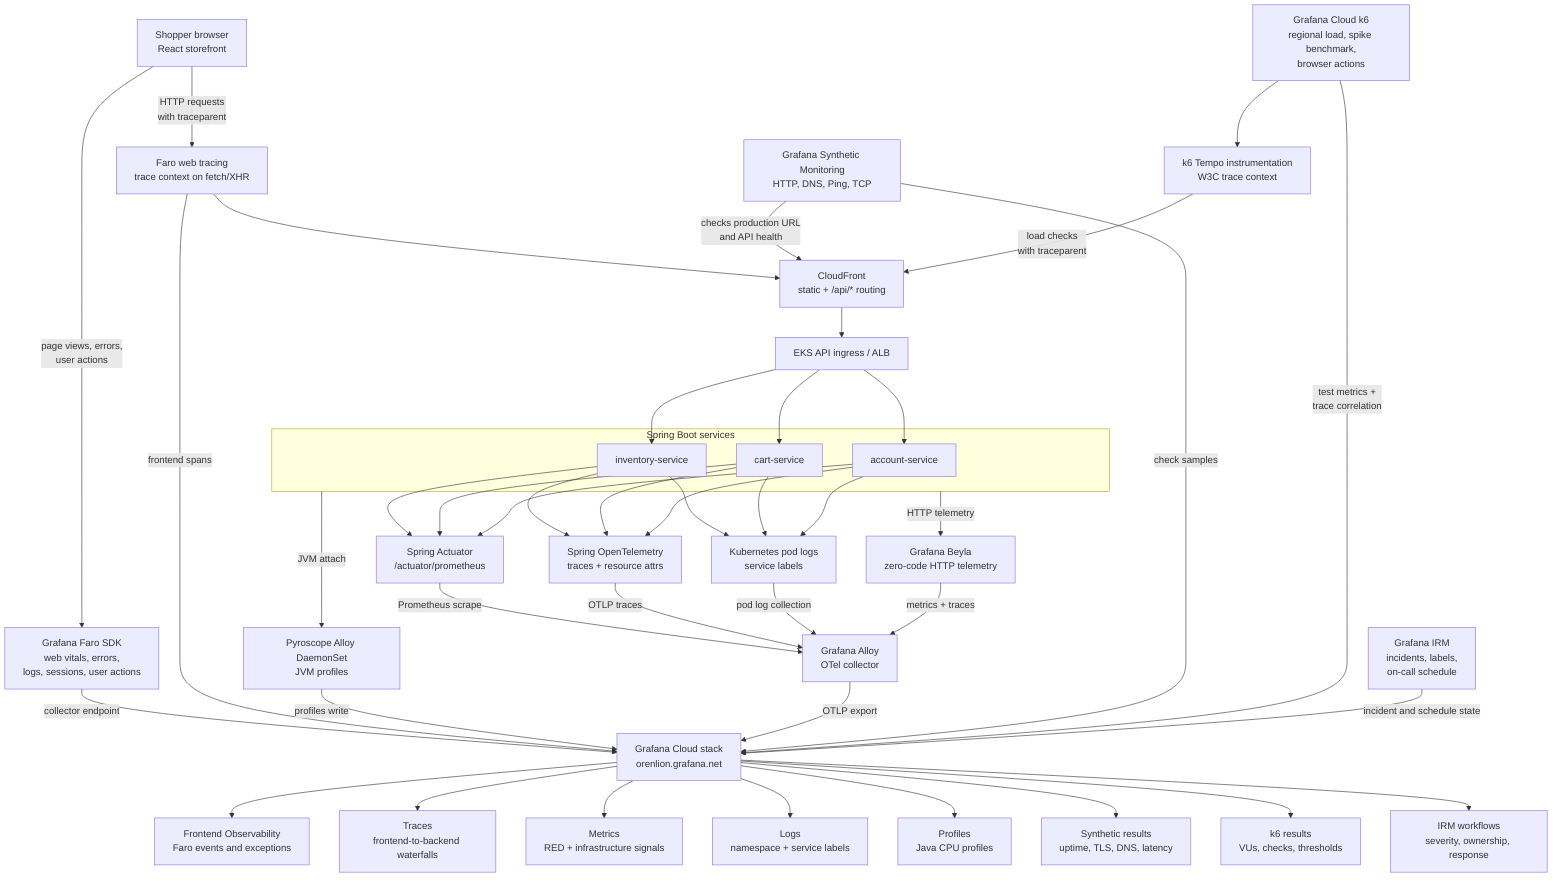
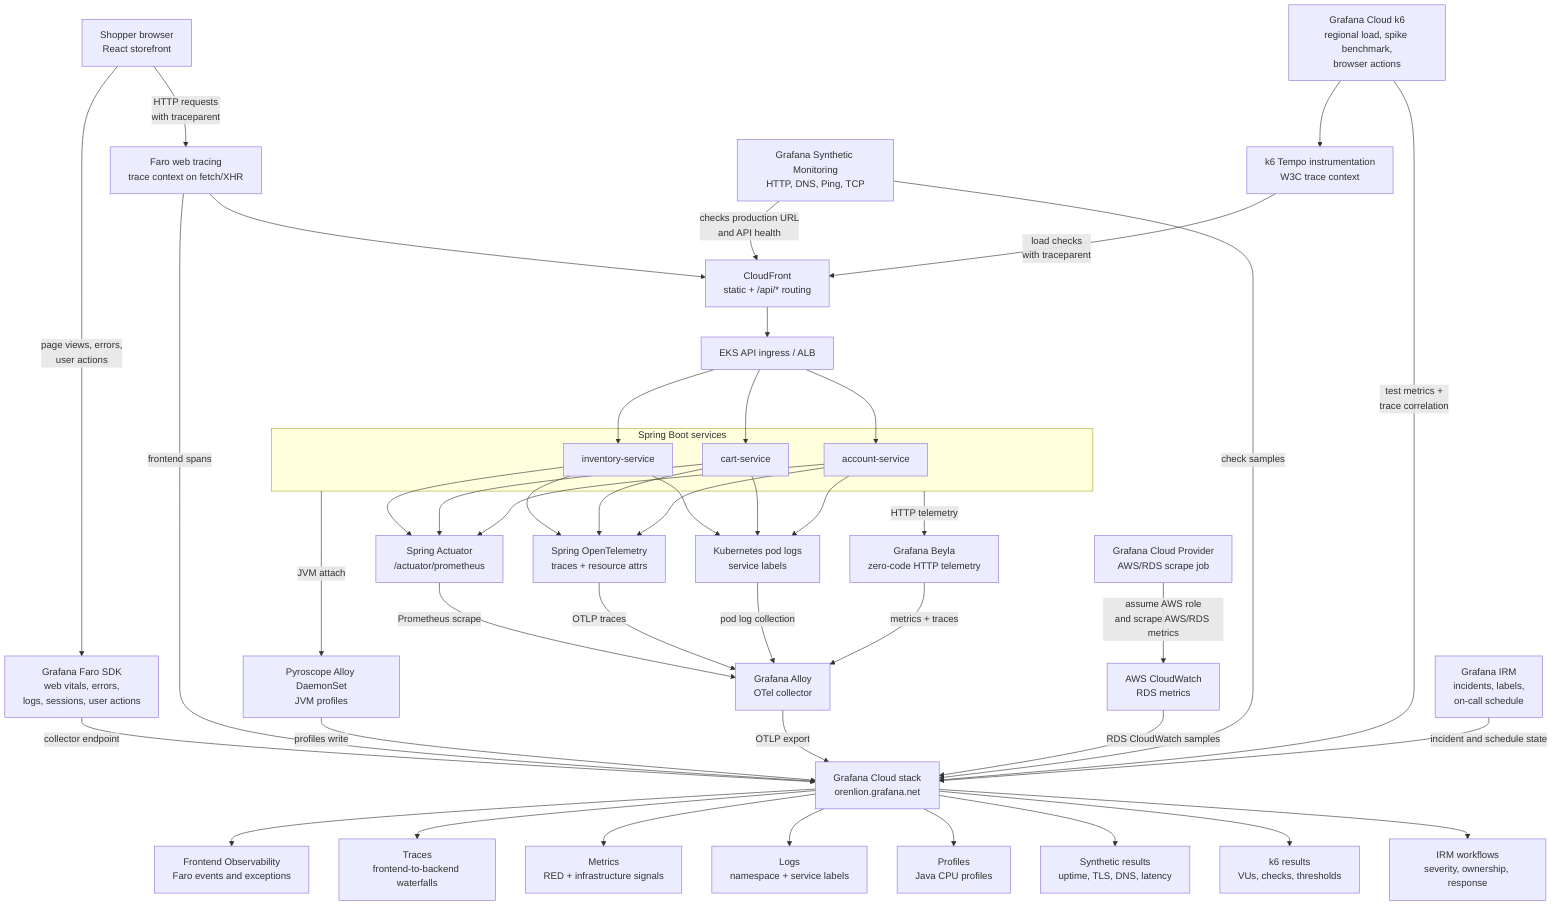
flowchart TB
  browser["Shopper browser\nReact storefront"]
  faro["Grafana Faro SDK\nweb vitals, errors,\nlogs, sessions, user actions"]
  tracing["Faro web tracing\ntrace context on fetch/XHR"]

  cloudfront["CloudFront\nstatic + /api/* routing"]
  ingress["EKS API ingress / ALB"]

  subgraph services["Spring Boot services"]
    inventory["inventory-service"]
    cart["cart-service"]
    account["account-service"]
  end

  actuator["Spring Actuator\n/actuator/prometheus"]
  otel["Spring OpenTelemetry\ntraces + resource attrs"]
  logs["Kubernetes pod logs\nservice labels"]
  beyla["Grafana Beyla\nzero-code HTTP telemetry"]
  pyroscope["Pyroscope Alloy DaemonSet\nJVM profiles"]
  alloy["Grafana Alloy\nOTel collector"]
+   cloudwatch["AWS CloudWatch\nRDS metrics"]
+   cloudwatchScrape["Grafana Cloud Provider\nAWS/RDS scrape job"]

  synth["Grafana Synthetic Monitoring\nHTTP, DNS, Ping, TCP"]
  k6["Grafana Cloud k6\nregional load, spike benchmark,\nbrowser actions"]
  k6Tracing["k6 Tempo instrumentation\nW3C trace context"]
  irm["Grafana IRM\nincidents, labels,\non-call schedule"]

  grafana["Grafana Cloud stack\norenlion.grafana.net"]
  frontendObs["Frontend Observability\nFaro events and exceptions"]
  tempo["Traces\nfrontend-to-backend waterfalls"]
  prometheus["Metrics\nRED + infrastructure signals"]
  loki["Logs\nnamespace + service labels"]
  profiles["Profiles\nJava CPU profiles"]
  smResults["Synthetic results\nuptime, TLS, DNS, latency"]
  k6Results["k6 results\nVUs, checks, thresholds"]
  incidents["IRM workflows\nseverity, ownership, response"]

  browser -->|"page views, errors,\nuser actions"| faro
  browser -->|"HTTP requests\nwith traceparent"| tracing
  tracing --> cloudfront --> ingress
  ingress --> inventory
  ingress --> cart
  ingress --> account

  faro -->|"collector endpoint"| grafana
  tracing -->|"frontend spans"| grafana

  inventory --> actuator
  cart --> actuator
  account --> actuator
  inventory --> otel
  cart --> otel
  account --> otel
  inventory --> logs
  cart --> logs
  account --> logs

  services -->|"HTTP telemetry"| beyla
  services -->|"JVM attach"| pyroscope
  actuator -->|"Prometheus scrape"| alloy
  otel -->|"OTLP traces"| alloy
  logs -->|"pod log collection"| alloy
  beyla -->|"metrics + traces"| alloy
  pyroscope -->|"profiles write"| grafana
  alloy -->|"OTLP export"| grafana
+   cloudwatchScrape -->|"assume AWS role\nand scrape AWS/RDS metrics"| cloudwatch
+   cloudwatch -->|"RDS CloudWatch samples"| grafana

  synth -->|"checks production URL\nand API health"| cloudfront
  synth -->|"check samples"| grafana
  k6 --> k6Tracing
  k6Tracing -->|"load checks\nwith traceparent"| cloudfront
  k6 -->|"test metrics +\ntrace correlation"| grafana
  irm -->|"incident and schedule state"| grafana

  grafana --> frontendObs
  grafana --> tempo
  grafana --> prometheus
  grafana --> loki
  grafana --> profiles
  grafana --> smResults
  grafana --> k6Results
  grafana --> incidents
